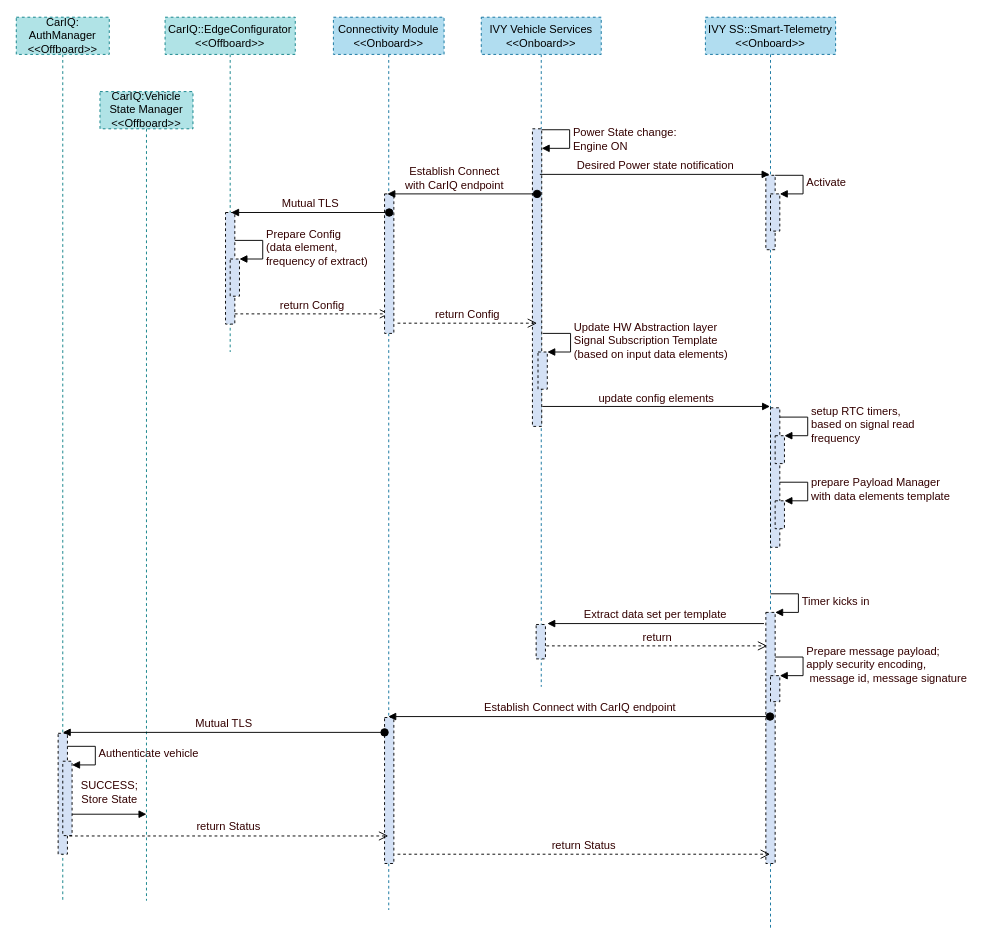
Above: page "Page-3" (3 of 4) of src/main/resources/CarIQ_IVY_Uase_Cases.drawio in subhachat/CodeKata (draw.io), before the change. Source tidied: cells renumbered, new cells numbered last; positions are measured from the earlier drawing's top-left corner, leaving out a move shared by most shapes. Both pictures are drawn from the tidied source at 93%, with x=0, y=0 at pixel (16, 17).
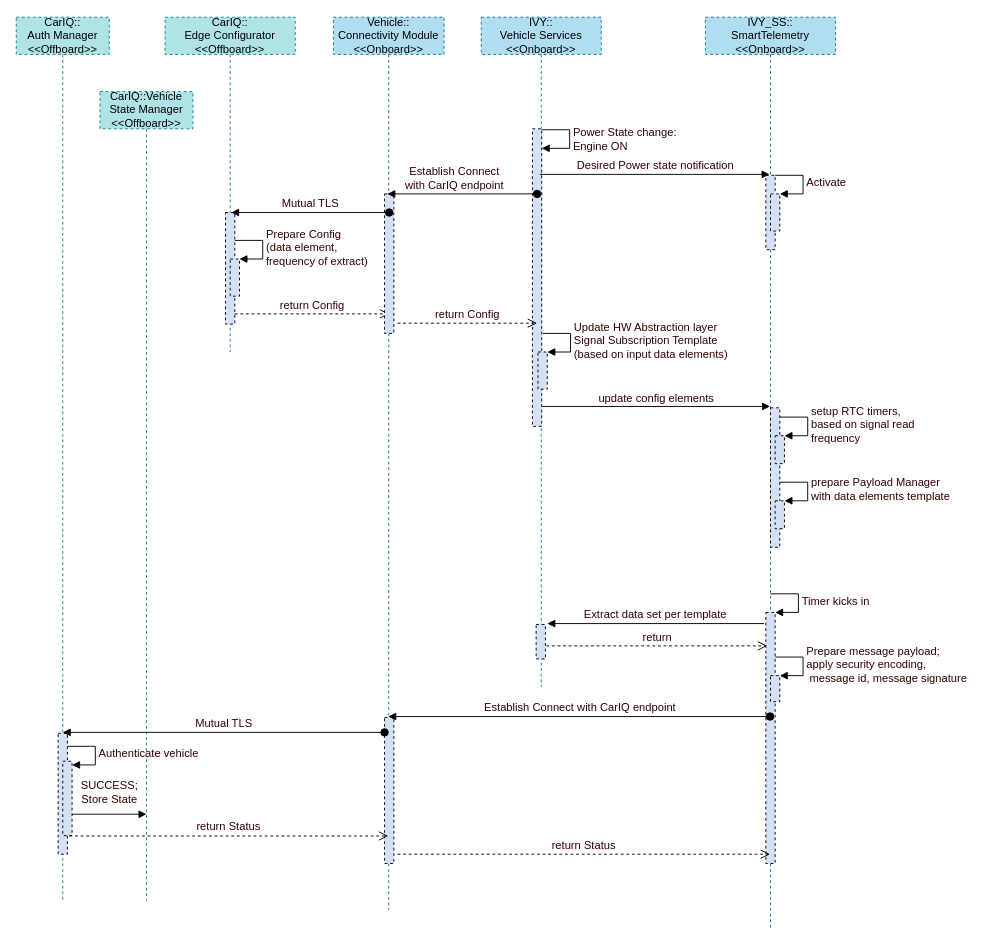
After the change.

What changed in the source:
```diff
@@
-    <mxCell id="2" value="CarIQ::EdgeConfigurator&lt;br&gt;&amp;lt;&amp;lt;Offboard&amp;gt;&amp;gt;" style="shape=umlLifeline;perimeter=lifelinePerimeter;whiteSpace=wrap;html=1;glass=0;dashed=1;fontSize=12;fillColor=#b0e3e6;strokeColor=#0e8088;" parent="1" vertex="1">
+    <mxCell id="2" value="CarIQ::&lt;br&gt;Edge Configurator&lt;br&gt;&amp;lt;&amp;lt;Offboard&amp;gt;&amp;gt;" style="shape=umlLifeline;perimeter=lifelinePerimeter;whiteSpace=wrap;html=1;glass=0;dashed=1;fontSize=12;fillColor=#b0e3e6;strokeColor=#0e8088;" parent="1" vertex="1">
       <mxGeometry x="160" width="140" height="360" as="geometry" />
     </mxCell>
@@
-    <mxCell id="7" value="Connectivity Module&lt;br&gt;&amp;lt;&amp;lt;Onboard&amp;gt;&amp;gt;" style="shape=umlLifeline;perimeter=lifelinePerimeter;whiteSpace=wrap;html=1;outlineConnect=0;glass=0;dashed=1;fontSize=12;fillColor=#b1ddf0;strokeColor=#10739e;" parent="1" vertex="1">
+    <mxCell id="7" value="Vehicle::&lt;br&gt;Connectivity Module&lt;br&gt;&amp;lt;&amp;lt;Onboard&amp;gt;&amp;gt;" style="shape=umlLifeline;perimeter=lifelinePerimeter;whiteSpace=wrap;html=1;outlineConnect=0;glass=0;dashed=1;fontSize=12;fillColor=#b1ddf0;strokeColor=#10739e;" parent="1" vertex="1">
       <mxGeometry x="341" width="119" height="960" as="geometry" />
     </mxCell>
@@
-    <mxCell id="10" value="IVY Vehicle Services&lt;br&gt;&amp;lt;&amp;lt;Onboard&amp;gt;&amp;gt;" style="shape=umlLifeline;perimeter=lifelinePerimeter;whiteSpace=wrap;html=1;glass=0;dashed=1;fontSize=12;fillColor=#b1ddf0;strokeColor=#10739e;" parent="1" vertex="1">
+    <mxCell id="10" value="IVY::&lt;br&gt;Vehicle Services&lt;br&gt;&amp;lt;&amp;lt;Onboard&amp;gt;&amp;gt;" style="shape=umlLifeline;perimeter=lifelinePerimeter;whiteSpace=wrap;html=1;glass=0;dashed=1;fontSize=12;fillColor=#b1ddf0;strokeColor=#10739e;" parent="1" vertex="1">
       <mxGeometry x="500" width="129" height="720" as="geometry" />
     </mxCell>
@@
-    <mxCell id="20" value="IVY SS::Smart-Telemetry&lt;br&gt;&amp;lt;&amp;lt;Onboard&amp;gt;&amp;gt;" style="shape=umlLifeline;perimeter=lifelinePerimeter;whiteSpace=wrap;html=1;outlineConnect=0;glass=0;dashed=1;fontSize=12;fillColor=#b1ddf0;strokeColor=#10739e;" parent="1" vertex="1">
+    <mxCell id="20" value="IVY_SS::&lt;br&gt;SmartTelemetry&lt;br&gt;&amp;lt;&amp;lt;Onboard&amp;gt;&amp;gt;" style="shape=umlLifeline;perimeter=lifelinePerimeter;whiteSpace=wrap;html=1;outlineConnect=0;glass=0;dashed=1;fontSize=12;fillColor=#b1ddf0;strokeColor=#10739e;" parent="1" vertex="1">
       <mxGeometry x="741" width="140" height="980" as="geometry" />
     </mxCell>
@@
-    <mxCell id="36" value="CarIQ: AuthManager&lt;br&gt;&amp;lt;&amp;lt;Offboard&amp;gt;&amp;gt;" style="shape=umlLifeline;perimeter=lifelinePerimeter;whiteSpace=wrap;html=1;glass=0;dashed=1;fontSize=12;fillColor=#b0e3e6;strokeColor=#0e8088;" parent="1" vertex="1">
+    <mxCell id="36" value="CarIQ:: &lt;br&gt;Auth Manager&lt;br&gt;&amp;lt;&amp;lt;Offboard&amp;gt;&amp;gt;" style="shape=umlLifeline;perimeter=lifelinePerimeter;whiteSpace=wrap;html=1;glass=0;dashed=1;fontSize=12;fillColor=#b0e3e6;strokeColor=#0e8088;" parent="1" vertex="1">
       <mxGeometry width="100" height="950" as="geometry" />
     </mxCell>
@@
-    <mxCell id="41" value="CarIQ:Vehicle State Manager&lt;br&gt;&amp;lt;&amp;lt;Offboard&amp;gt;&amp;gt;" style="shape=umlLifeline;perimeter=lifelinePerimeter;whiteSpace=wrap;html=1;glass=0;dashed=1;fontSize=12;fillColor=#b0e3e6;strokeColor=#0e8088;" parent="1" vertex="1">
+    <mxCell id="41" value="CarIQ::Vehicle State Manager&lt;br&gt;&amp;lt;&amp;lt;Offboard&amp;gt;&amp;gt;" style="shape=umlLifeline;perimeter=lifelinePerimeter;whiteSpace=wrap;html=1;glass=0;dashed=1;fontSize=12;fillColor=#b0e3e6;strokeColor=#0e8088;" parent="1" vertex="1">
       <mxGeometry x="90" y="80" width="100" height="870" as="geometry" />
     </mxCell>
```
